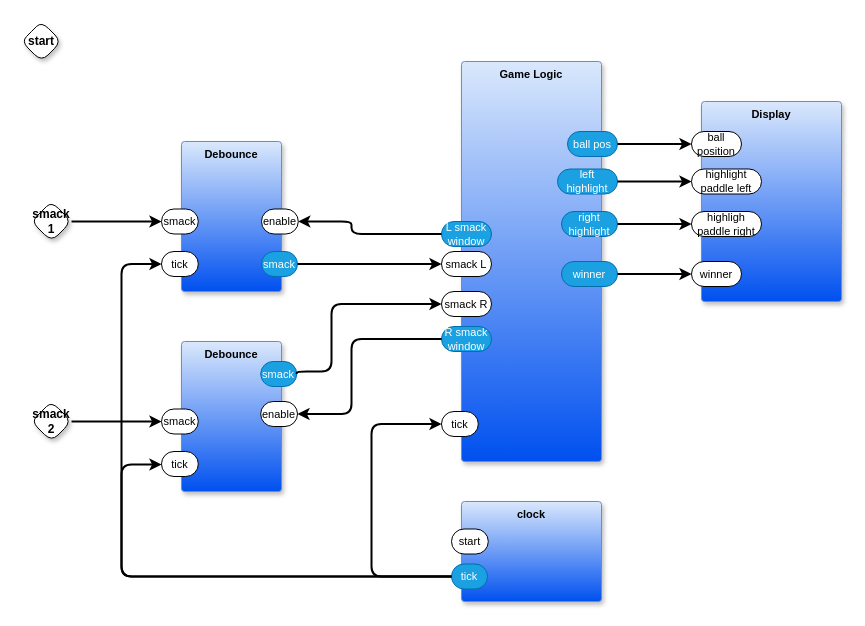
Earlier version of the draw.io diagram page "Game" (4 of 6) of pong1d.drawio (guitarvydas/pong1d). Source tidied: cells renumbered, new cells numbered last; positions are measured from the earlier drawing's top-left corner, leaving out a move shared by most shapes. Both pictures are drawn from the tidied source at 100%, with x=0, y=0 at pixel (21, 21).
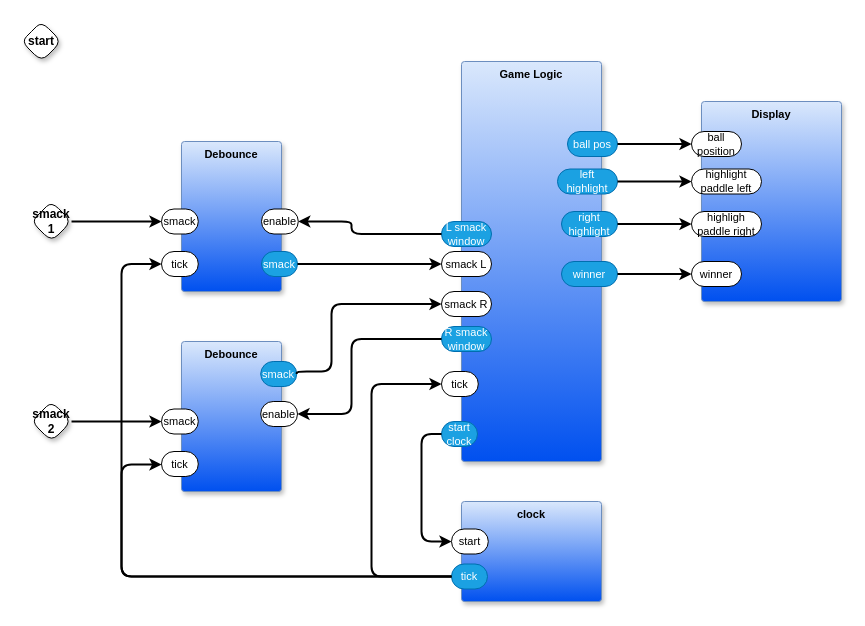
Above is the later version.

Unchanged cells that the change refers to:
```xml
<mxCell id="18" value="tick" style="rounded=1;whiteSpace=wrap;html=1;sketch=0;points=[[0,0.5,0,0,0],[1,0.5,0,0,0]];fillColor=#1ba1e2;fontColor=#ffffff;strokeColor=#006EAF;arcSize=50;fontFamily=Helvetica;fontSize=11;" parent="17" vertex="1">
  <mxGeometry x="-10" y="62.5" width="36" height="25" as="geometry" />
</mxCell>
<mxCell id="19" value="start" style="rounded=1;whiteSpace=wrap;html=1;sketch=0;points=[[0,0.5,0,0,0],[1,0.5,0,0,0]];arcSize=50;fontFamily=Helvetica;fontSize=11;fontColor=default;" parent="17" vertex="1">
  <mxGeometry x="-10" y="27.5" width="36.8" height="25" as="geometry" />
</mxCell>
<mxCell id="21" value="Game Logic" style="rounded=1;whiteSpace=wrap;html=1;verticalAlign=top;arcSize=6;fontStyle=1;absoluteArcSize=1;shadow=1;strokeColor=#6c8ebf;fillColor=#dae8fc;fontFamily=Helvetica;fontSize=11;gradientColor=#0050EF;fontColor=default;" parent="1" vertex="1">
  <mxGeometry x="440" y="40" width="140" height="400" as="geometry" />
</mxCell>
```

What changed in the source:
```diff
@@
-    <mxCell id="22" value="tick" style="rounded=1;whiteSpace=wrap;html=1;sketch=0;points=[[0,0.5,0,0,0],[1,0.5,0,0,0]];arcSize=50;fontFamily=Helvetica;fontSize=11;fontColor=default;" parent="21" vertex="1">
-      <mxGeometry x="-20" y="350" width="36.8" height="25" as="geometry" />
-    </mxCell>
@@
+    <mxCell id="46" value="start clock" style="rounded=1;whiteSpace=wrap;html=1;sketch=0;points=[[0,0.5,0,0,0],[1,0.5,0,0,0]];fillColor=#1ba1e2;fontColor=#ffffff;strokeColor=#006EAF;arcSize=50;fontFamily=Helvetica;fontSize=11;" parent="21" vertex="1">
+      <mxGeometry x="-20" y="360" width="36" height="25" as="geometry" />
+    </mxCell>
+    <mxCell id="36" value="ball pos" style="rounded=1;whiteSpace=wrap;html=1;sketch=0;points=[[0,0.5,0,0,0],[1,0.5,0,0,0]];fillColor=#1ba1e2;fontColor=#ffffff;strokeColor=#006EAF;arcSize=50;fontFamily=Helvetica;fontSize=11;" parent="21" vertex="1">
+      <mxGeometry x="106" y="70" width="50" height="25" as="geometry" />
+    </mxCell>
     <mxCell id="30" style="edgeStyle=orthogonalEdgeStyle;rounded=1;jettySize=auto;html=1;exitX=0;exitY=0.5;exitDx=0;exitDy=0;exitPerimeter=0;entryX=0;entryY=0.5;entryDx=0;entryDy=0;entryPerimeter=0;curved=0;strokeWidth=2;" parent="1" edge="1" source="18" target="22">
       <mxGeometry relative="1" as="geometry">
         <Array as="points">
           <mxPoint x="350" y="555" />
-          <mxPoint x="350" y="403" />
+          <mxPoint x="350" y="363" />
         </Array>
       </mxGeometry>
     </mxCell>
@@
-    <mxCell id="36" value="ball pos" style="rounded=1;whiteSpace=wrap;html=1;sketch=0;points=[[0,0.5,0,0,0],[1,0.5,0,0,0]];fillColor=#1ba1e2;fontColor=#ffffff;strokeColor=#006EAF;arcSize=50;fontFamily=Helvetica;fontSize=11;" parent="1" vertex="1">
-      <mxGeometry x="546" y="110" width="50" height="25" as="geometry" />
-    </mxCell>
@@
+    <mxCell id="22" value="tick" style="rounded=1;whiteSpace=wrap;html=1;sketch=0;points=[[0,0.5,0,0,0],[1,0.5,0,0,0]];arcSize=50;fontFamily=Helvetica;fontSize=11;fontColor=default;" parent="1" vertex="1">
+      <mxGeometry x="420" y="350" width="36.8" height="25" as="geometry" />
+    </mxCell>
+    <mxCell id="47" style="edgeStyle=orthogonalEdgeStyle;shape=connector;curved=0;rounded=1;jettySize=auto;html=1;exitX=0;exitY=0.5;exitDx=0;exitDy=0;exitPerimeter=0;entryX=0;entryY=0.5;entryDx=0;entryDy=0;entryPerimeter=0;strokeColor=default;strokeWidth=2;align=center;verticalAlign=middle;fontFamily=Helvetica;fontSize=11;fontColor=default;labelBackgroundColor=default;endArrow=classic;" parent="1" edge="1" source="46" target="19">
+      <mxGeometry relative="1" as="geometry" />
+    </mxCell>
```
